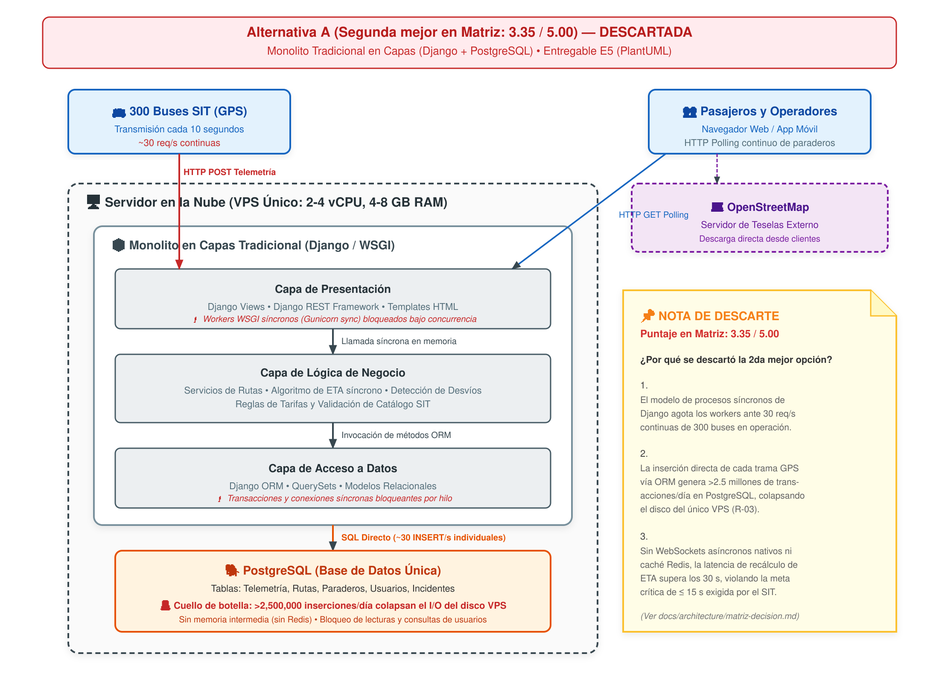
This is docs/architecture/diagramas/img/alternativa.png from AndersonLinoArceValencia/cs-2026b-lab04-grupo06, a PlantUML export, as it was before one commit. Its source is kept beside it as docs/architecture/diagramas/alternativa.puml.
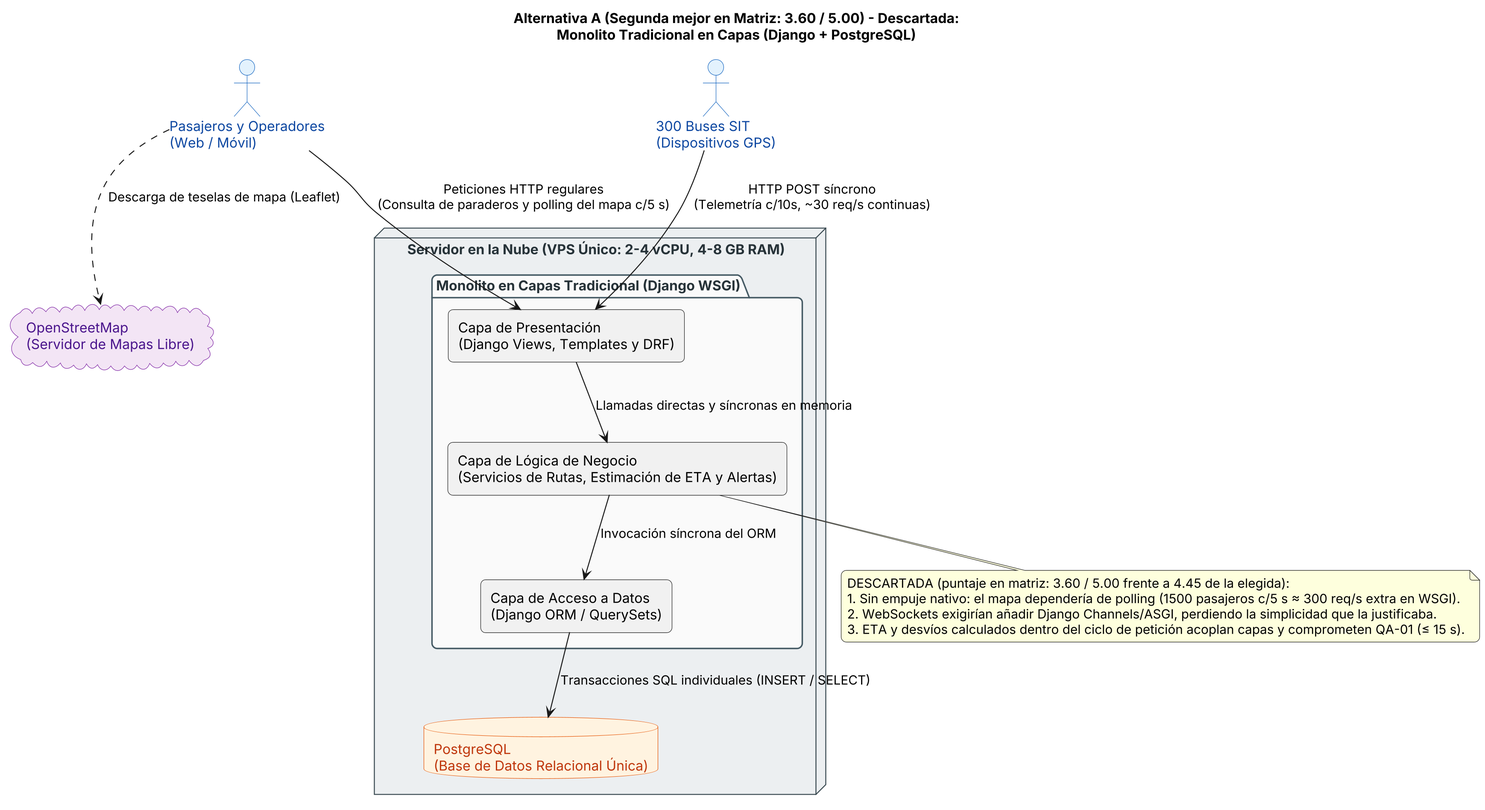
Above is the later version.

Commit message:
E3/E5/E6: actualizar diagramas y renders

Change to the diagram source:
```diff
@@ -35,7 +35,7 @@
     FontColor #4A148C
 }
 
-title Alternativa A (Segunda mejor en Matriz: 3.35 / 5.00) - Descartada:\nMonolito Tradicional en Capas (Django + PostgreSQL)
+title Alternativa A (Segunda mejor en Matriz: 3.60 / 5.00) - Descartada:\nMonolito Tradicional en Capas (Django + PostgreSQL)
 
 actor "Pasajeros y Operadores\n(Web / Móvil)" as Users
 actor "300 Buses SIT\n(Dispositivos GPS)" as Buses
@@ -54,7 +54,7 @@
 cloud "OpenStreetMap\n(Servidor de Mapas Libre)" as OSM
 
 Buses --> Pres : HTTP POST síncrono\n(Telemetría c/10s, ~30 req/s continuas)
-Users --> Pres : Peticiones HTTP regulares\n(Consulta de paraderos y polling de mapa)
+Users --> Pres : Peticiones HTTP regulares\n(Consulta de paraderos y polling del mapa c/5 s)
 Users ..> OSM : Descarga de teselas de mapa (Leaflet)
 
 Pres --> Logic : Llamadas directas y síncronas en memoria
@@ -62,11 +62,10 @@
 DataAccess --> DB : Transacciones SQL individuales (INSERT / SELECT)
 
 note bottom of Logic
-DESCARTADA (Puntaje en matriz: 3.35 / 5.00):
-1. El modelo WSGI síncrono agota los workers de Python ante 30 req/s continuas.
-2. Inserción directa de cada trama vía ORM genera >2.5 millones de writes/día en la BD,
-   provocando saturación severa de I/O en el disco del único VPS.
-3. Imposibilita WebSockets bidireccionales masivos para actualizar el ETA en ≤ 15 s (QA-01).
+DESCARTADA (puntaje en matriz: 3.60 / 5.00 frente a 4.45 de la elegida):
+1. Sin empuje nativo: el mapa dependería de polling (1500 pasajeros c/5 s ≈ 300 req/s extra en WSGI).
+2. WebSockets exigirían añadir Django Channels/ASGI, perdiendo la simplicidad que la justificaba.
+3. ETA y desvíos calculados dentro del ciclo de petición acoplan capas y comprometen QA-01 (≤ 15 s).
 end note
 
 @enduml
```
